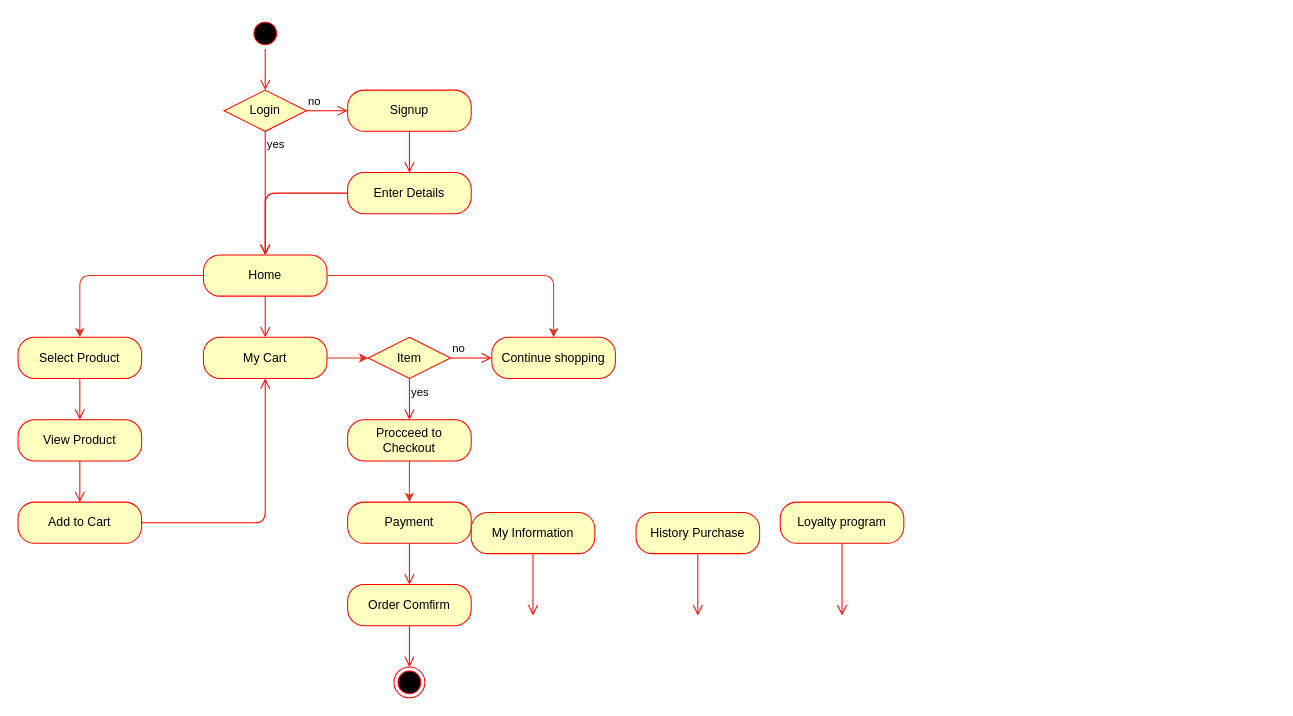
The draw.io diagram diagrams/Activity_Customer.drawio in tnowad/bookstore-management-application, before the edit. Source tidied: cells renumbered, new cells numbered last; positions are measured from the earlier drawing's top-left corner, leaving out a move shared by most shapes. Both pictures are drawn from the tidied source at 103%, with x=0, y=0 at pixel (18, 18).
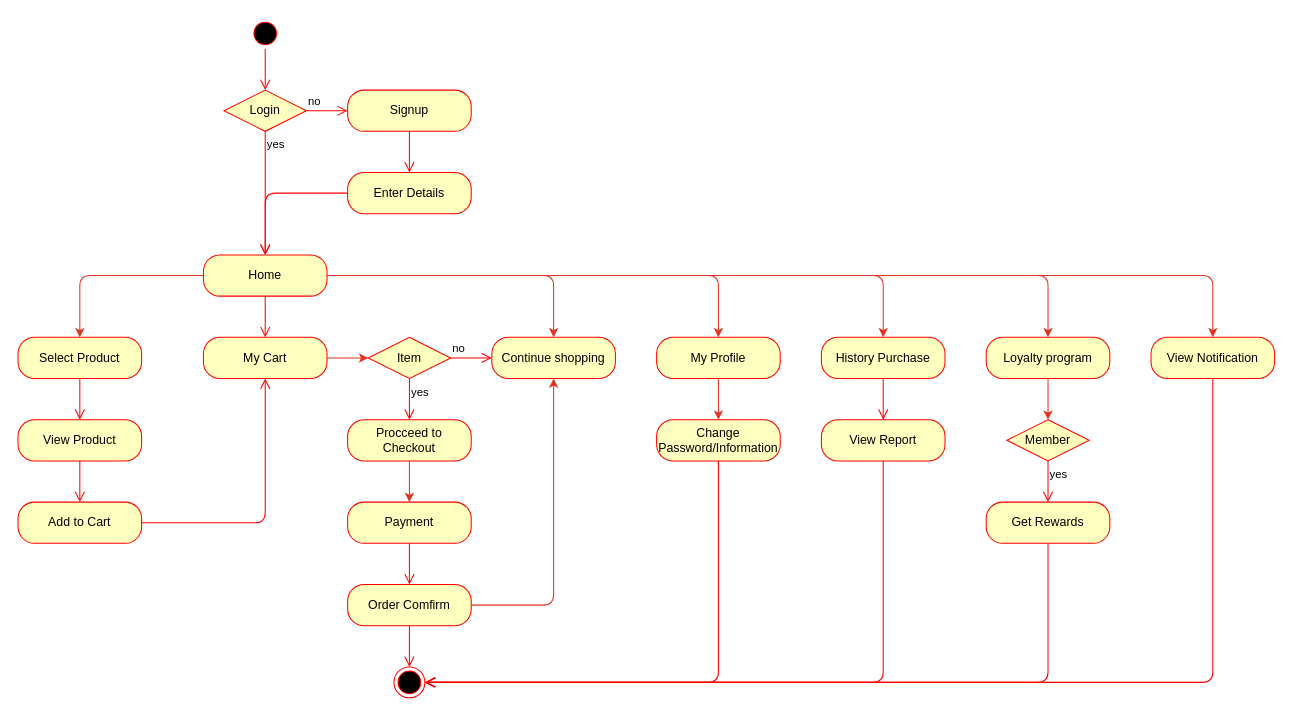
The same diagram, later.

Commit message:
add view notification

The change refers to these unchanged cells:
```xml
<mxCell id="11" value="Home" style="rounded=1;whiteSpace=wrap;html=1;arcSize=40;fontColor=#000000;fillColor=#ffffc0;strokeColor=#ff0000;" parent="1" vertex="1">
  <mxGeometry x="180" y="230" width="120" height="40" as="geometry" />
</mxCell>
<mxCell id="32" value="Continue shopping" style="rounded=1;whiteSpace=wrap;html=1;arcSize=40;fontColor=#000000;fillColor=#ffffc0;strokeColor=#ff0000;" parent="1" vertex="1">
  <mxGeometry x="460" y="310" width="120" height="40" as="geometry" />
</mxCell>
<mxCell id="37" value="Order Comfirm" style="rounded=1;whiteSpace=wrap;html=1;arcSize=40;fontColor=#000000;fillColor=#ffffc0;strokeColor=#ff0000;" parent="1" vertex="1">
  <mxGeometry x="320" y="550" width="120" height="40" as="geometry" />
</mxCell>
<mxCell id="39" style="ellipse;html=1;shape=endState;fillColor=#000000;strokeColor=#ff0000;" parent="1" vertex="1">
  <mxGeometry x="365" y="630" width="30" height="30" as="geometry" />
</mxCell>
```

The edit, as a diff of the source:
```diff
@@
+    <mxCell id="40" style="edgeStyle=none;html=1;exitX=1;exitY=0.5;exitDx=0;exitDy=0;entryX=0.5;entryY=0;entryDx=0;entryDy=0;strokeColor=#df3323;" parent="1" edge="1" source="11" target="19">
+      <mxGeometry relative="1" as="geometry">
+        <Array as="points">
+          <mxPoint x="680" y="250" />
+        </Array>
+      </mxGeometry>
+    </mxCell>
+    <mxCell id="41" style="edgeStyle=none;html=1;exitX=1;exitY=0.5;exitDx=0;exitDy=0;strokeColor=#df3323;entryX=0.5;entryY=0;entryDx=0;entryDy=0;" parent="1" edge="1" source="11" target="21">
+      <mxGeometry relative="1" as="geometry">
+        <Array as="points">
+          <mxPoint x="840" y="250" />
+        </Array>
+      </mxGeometry>
+    </mxCell>
+    <mxCell id="42" style="edgeStyle=none;html=1;exitX=1;exitY=0.5;exitDx=0;exitDy=0;entryX=0.5;entryY=0;entryDx=0;entryDy=0;strokeColor=#df3323;" parent="1" edge="1" source="11" target="23">
+      <mxGeometry relative="1" as="geometry">
+        <Array as="points">
+          <mxPoint x="1000" y="250" />
+        </Array>
+      </mxGeometry>
+    </mxCell>
+    <mxCell id="43" style="edgeStyle=none;html=1;exitX=1;exitY=0.5;exitDx=0;exitDy=0;entryX=0.5;entryY=0;entryDx=0;entryDy=0;strokeColor=#df3323;" parent="1" edge="1" source="11" target="55">
+      <mxGeometry relative="1" as="geometry">
+        <Array as="points">
+          <mxPoint x="1160" y="250" />
+        </Array>
+      </mxGeometry>
+    </mxCell>
@@
+    <mxCell id="44" style="edgeStyle=none;html=1;exitX=0.5;exitY=1;exitDx=0;exitDy=0;entryX=0.5;entryY=0;entryDx=0;entryDy=0;strokeColor=#df3323;" parent="1" edge="1" source="19" target="47">
+      <mxGeometry relative="1" as="geometry" />
+    </mxCell>
-    <mxCell id="19" value="My Information" style="rounded=1;whiteSpace=wrap;html=1;arcSize=40;fontColor=#000000;fillColor=#ffffc0;strokeColor=#ff0000;" parent="1" vertex="1">
-      <mxGeometry x="440" y="480" width="120" height="40" as="geometry" />
+    <mxCell id="19" value="My Profile" style="rounded=1;whiteSpace=wrap;html=1;arcSize=40;fontColor=#000000;fillColor=#ffffc0;strokeColor=#ff0000;" parent="1" vertex="1">
+      <mxGeometry x="620" y="310" width="120" height="40" as="geometry" />
     </mxCell>
-    <mxCell id="20" style="edgeStyle=orthogonalEdgeStyle;html=1;verticalAlign=bottom;endArrow=open;endSize=8;strokeColor=#ff0000;" parent="1" edge="1" source="19">
-      <mxGeometry relative="1" as="geometry">
-        <mxPoint x="500" y="580" as="targetPoint" />
-      </mxGeometry>
-    </mxCell>
     <mxCell id="21" value="History Purchase" style="rounded=1;whiteSpace=wrap;html=1;arcSize=40;fontColor=#000000;fillColor=#ffffc0;strokeColor=#ff0000;" parent="1" vertex="1">
-      <mxGeometry x="600" y="480" width="120" height="40" as="geometry" />
+      <mxGeometry x="780" y="310" width="120" height="40" as="geometry" />
     </mxCell>
-    <mxCell id="22" style="edgeStyle=orthogonalEdgeStyle;html=1;verticalAlign=bottom;endArrow=open;endSize=8;strokeColor=#ff0000;" parent="1" edge="1" source="21">
-      <mxGeometry relative="1" as="geometry">
-        <mxPoint x="660" y="580" as="targetPoint" />
-      </mxGeometry>
+    <mxCell id="22" style="edgeStyle=orthogonalEdgeStyle;html=1;verticalAlign=bottom;endArrow=open;endSize=8;strokeColor=#ff0000;entryX=0.5;entryY=0;entryDx=0;entryDy=0;" parent="1" edge="1" source="21" target="49">
+      <mxGeometry relative="1" as="geometry" />
     </mxCell>
+    <mxCell id="45" style="edgeStyle=none;html=1;exitX=0.5;exitY=1;exitDx=0;exitDy=0;entryX=0.5;entryY=0;entryDx=0;entryDy=0;strokeColor=#df3323;" parent="1" edge="1" source="23" target="51">
+      <mxGeometry relative="1" as="geometry" />
+    </mxCell>
     <mxCell id="23" value="Loyalty program" style="rounded=1;whiteSpace=wrap;html=1;arcSize=40;fontColor=#000000;fillColor=#ffffc0;strokeColor=#ff0000;" parent="1" vertex="1">
-      <mxGeometry x="740" y="470" width="120" height="40" as="geometry" />
+      <mxGeometry x="940" y="310" width="120" height="40" as="geometry" />
     </mxCell>
-    <mxCell id="24" style="edgeStyle=orthogonalEdgeStyle;html=1;verticalAlign=bottom;endArrow=open;endSize=8;strokeColor=#ff0000;" parent="1" edge="1" source="23">
-      <mxGeometry relative="1" as="geometry">
-        <mxPoint x="800" y="580" as="targetPoint" />
-      </mxGeometry>
-    </mxCell>
@@
+    <mxCell id="46" style="edgeStyle=none;html=1;exitX=1;exitY=0.5;exitDx=0;exitDy=0;entryX=0.5;entryY=1;entryDx=0;entryDy=0;strokeColor=#df3323;" parent="1" edge="1" source="37" target="32">
+      <mxGeometry relative="1" as="geometry">
+        <Array as="points">
+          <mxPoint x="520" y="570" />
+        </Array>
+      </mxGeometry>
+    </mxCell>
@@
+    <mxCell id="47" value="Change Password/Information" style="rounded=1;whiteSpace=wrap;html=1;arcSize=40;fontColor=#000000;fillColor=#ffffc0;strokeColor=#ff0000;" parent="1" vertex="1">
+      <mxGeometry x="620" y="390" width="120" height="40" as="geometry" />
+    </mxCell>
+    <mxCell id="48" style="edgeStyle=orthogonalEdgeStyle;html=1;verticalAlign=bottom;endArrow=open;endSize=8;strokeColor=#ff0000;entryX=1;entryY=0.5;entryDx=0;entryDy=0;" parent="1" edge="1" source="47" target="39">
+      <mxGeometry relative="1" as="geometry">
+        <Array as="points">
+          <mxPoint x="680" y="645" />
+        </Array>
+      </mxGeometry>
+    </mxCell>
+    <mxCell id="49" value="View Report" style="rounded=1;whiteSpace=wrap;html=1;arcSize=40;fontColor=#000000;fillColor=#ffffc0;strokeColor=#ff0000;" parent="1" vertex="1">
+      <mxGeometry x="780" y="390" width="120" height="40" as="geometry" />
+    </mxCell>
+    <mxCell id="50" style="edgeStyle=orthogonalEdgeStyle;html=1;verticalAlign=bottom;endArrow=open;endSize=8;strokeColor=#ff0000;entryX=1;entryY=0.5;entryDx=0;entryDy=0;" parent="1" edge="1" source="49" target="39">
+      <mxGeometry relative="1" as="geometry">
+        <Array as="points">
+          <mxPoint x="840" y="645" />
+        </Array>
+      </mxGeometry>
+    </mxCell>
+    <mxCell id="51" value="Member" style="rhombus;whiteSpace=wrap;html=1;fillColor=#ffffc0;strokeColor=#ff0000;" parent="1" vertex="1">
+      <mxGeometry x="960" y="390" width="80" height="40" as="geometry" />
+    </mxCell>
+    <mxCell id="52" value="yes" style="edgeStyle=orthogonalEdgeStyle;html=1;align=left;verticalAlign=top;endArrow=open;endSize=8;strokeColor=#ff0000;entryX=0.5;entryY=0;entryDx=0;entryDy=0;" parent="1" edge="1" source="51" target="53">
+      <mxGeometry x="-1" relative="1" as="geometry" />
+    </mxCell>
+    <mxCell id="53" value="Get Rewards" style="rounded=1;whiteSpace=wrap;html=1;arcSize=40;fontColor=#000000;fillColor=#ffffc0;strokeColor=#ff0000;" parent="1" vertex="1">
+      <mxGeometry x="940" y="470" width="120" height="40" as="geometry" />
+    </mxCell>
+    <mxCell id="54" style="edgeStyle=orthogonalEdgeStyle;html=1;verticalAlign=bottom;endArrow=open;endSize=8;strokeColor=#ff0000;entryX=1;entryY=0.5;entryDx=0;entryDy=0;" parent="1" edge="1" source="53" target="39">
+      <mxGeometry relative="1" as="geometry">
+        <Array as="points">
+          <mxPoint x="1000" y="645" />
+        </Array>
+      </mxGeometry>
+    </mxCell>
+    <mxCell id="55" value="View Notification" style="rounded=1;whiteSpace=wrap;html=1;arcSize=40;fontColor=#000000;fillColor=#ffffc0;strokeColor=#ff0000;" parent="1" vertex="1">
+      <mxGeometry x="1100" y="310" width="120" height="40" as="geometry" />
+    </mxCell>
+    <mxCell id="56" style="edgeStyle=orthogonalEdgeStyle;html=1;verticalAlign=bottom;endArrow=open;endSize=8;strokeColor=#ff0000;entryX=1;entryY=0.5;entryDx=0;entryDy=0;" parent="1" edge="1" source="55" target="39">
+      <mxGeometry relative="1" as="geometry">
+        <Array as="points">
+          <mxPoint x="1160" y="645" />
+        </Array>
+      </mxGeometry>
+    </mxCell>
```
